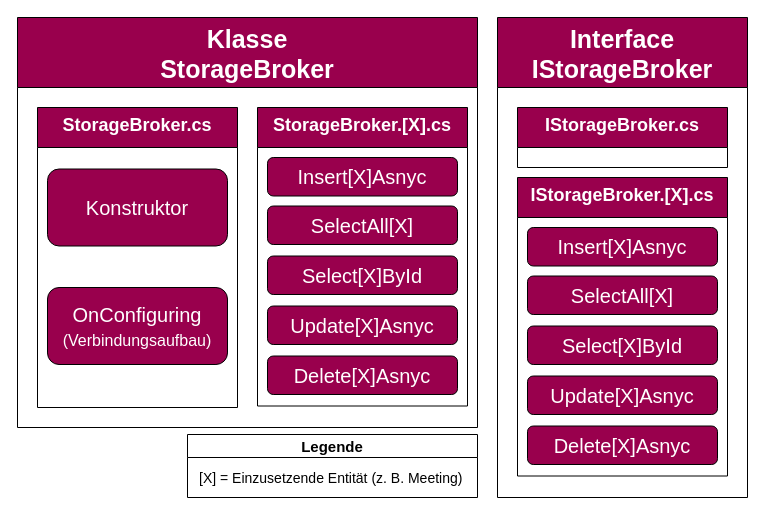
Earlier version of the draw.io diagram page "StorageBrokerAufbau" (10 of 11) of Parlivote.Shared/Documentation/Untitled Diagram.drawio (schnickalodeon/Parlivote). Source tidied: cells renumbered, new cells numbered last; positions are measured from the earlier drawing's top-left corner, leaving out a move shared by most shapes. Both pictures are drawn from the tidied source at 100%, with x=0, y=0 at pixel (17, 17).
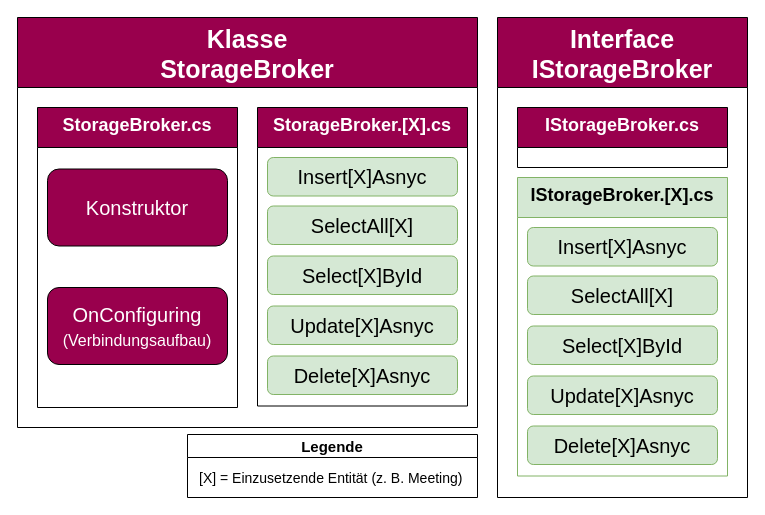
After the change.

The change refers to these unchanged cells:
```xml
<mxCell id="6" value="StorageBroker.[X].cs" style="swimlane;fontSize=18;fontColor=#FFFFFF;strokeColor=#000000;strokeWidth=1;fillColor=#99004D;startSize=40;verticalAlign=top;" parent="2" vertex="1">
  <mxGeometry x="240" y="90" width="210" height="298.5" as="geometry" />
</mxCell>
<mxCell id="12" value="Interface &#10;IStorageBroker" style="swimlane;fontSize=25;fontColor=#FFFFFF;strokeColor=#000000;strokeWidth=1;fillColor=#99004D;startSize=70;verticalAlign=top;" parent="1" vertex="1">
  <mxGeometry x="480" width="250" height="480" as="geometry" />
</mxCell>
```

Diff of the diagram source:
```diff
@@
-    <mxCell id="7" value="Insert[X]Asnyc" style="rounded=1;whiteSpace=wrap;html=1;fontSize=20;fontColor=#FFFFFF;strokeColor=#000000;strokeWidth=1;fillColor=#99004D;" parent="6" vertex="1">
+    <mxCell id="7" value="Insert[X]Asnyc" style="rounded=1;whiteSpace=wrap;html=1;fontSize=20;strokeColor=#82b366;strokeWidth=1;fillColor=#d5e8d4;" parent="6" vertex="1">
       <mxGeometry x="10" y="50" width="190" height="38.5" as="geometry" />
     </mxCell>
-    <mxCell id="8" value="SelectAll[X]" style="rounded=1;whiteSpace=wrap;html=1;fontSize=20;fontColor=#FFFFFF;strokeColor=#000000;strokeWidth=1;fillColor=#99004D;" parent="6" vertex="1">
+    <mxCell id="8" value="SelectAll[X]" style="rounded=1;whiteSpace=wrap;html=1;fontSize=20;strokeColor=#82b366;strokeWidth=1;fillColor=#d5e8d4;" parent="6" vertex="1">
       <mxGeometry x="10" y="98.5" width="190" height="38.5" as="geometry" />
     </mxCell>
-    <mxCell id="9" value="Select[X]ById" style="rounded=1;whiteSpace=wrap;html=1;fontSize=20;fontColor=#FFFFFF;strokeColor=#000000;strokeWidth=1;fillColor=#99004D;" parent="6" vertex="1">
+    <mxCell id="9" value="Select[X]ById" style="rounded=1;whiteSpace=wrap;html=1;fontSize=20;strokeColor=#82b366;strokeWidth=1;fillColor=#d5e8d4;" parent="6" vertex="1">
       <mxGeometry x="10" y="148.5" width="190" height="38.5" as="geometry" />
     </mxCell>
-    <mxCell id="10" value="Update[X]Asnyc" style="rounded=1;whiteSpace=wrap;html=1;fontSize=20;fontColor=#FFFFFF;strokeColor=#000000;strokeWidth=1;fillColor=#99004D;" parent="6" vertex="1">
+    <mxCell id="10" value="Update[X]Asnyc" style="rounded=1;whiteSpace=wrap;html=1;fontSize=20;strokeColor=#82b366;strokeWidth=1;fillColor=#d5e8d4;" parent="6" vertex="1">
       <mxGeometry x="10" y="198.5" width="190" height="38.5" as="geometry" />
     </mxCell>
-    <mxCell id="11" value="Delete[X]Asnyc" style="rounded=1;whiteSpace=wrap;html=1;fontSize=20;fontColor=#FFFFFF;strokeColor=#000000;strokeWidth=1;fillColor=#99004D;" parent="6" vertex="1">
+    <mxCell id="11" value="Delete[X]Asnyc" style="rounded=1;whiteSpace=wrap;html=1;fontSize=20;strokeColor=#82b366;strokeWidth=1;fillColor=#d5e8d4;" parent="6" vertex="1">
       <mxGeometry x="10" y="248.5" width="190" height="38.5" as="geometry" />
     </mxCell>
@@
-    <mxCell id="14" value="IStorageBroker.[X].cs" style="swimlane;fontSize=18;fontColor=#FFFFFF;strokeColor=#000000;strokeWidth=1;fillColor=#99004D;startSize=40;verticalAlign=top;" parent="12" vertex="1">
+    <mxCell id="14" value="IStorageBroker.[X].cs" style="swimlane;fontSize=18;strokeColor=#82b366;strokeWidth=1;fillColor=#d5e8d4;startSize=40;verticalAlign=top;" parent="12" vertex="1">
       <mxGeometry x="20" y="160" width="210" height="298.5" as="geometry" />
     </mxCell>
-    <mxCell id="15" value="Insert[X]Asnyc" style="rounded=1;whiteSpace=wrap;html=1;fontSize=20;fontColor=#FFFFFF;strokeColor=#000000;strokeWidth=1;fillColor=#99004D;" parent="14" vertex="1">
+    <mxCell id="15" value="Insert[X]Asnyc" style="rounded=1;whiteSpace=wrap;html=1;fontSize=20;strokeColor=#82b366;strokeWidth=1;fillColor=#d5e8d4;" parent="14" vertex="1">
       <mxGeometry x="10" y="50" width="190" height="38.5" as="geometry" />
     </mxCell>
-    <mxCell id="16" value="SelectAll[X]" style="rounded=1;whiteSpace=wrap;html=1;fontSize=20;fontColor=#FFFFFF;strokeColor=#000000;strokeWidth=1;fillColor=#99004D;" parent="14" vertex="1">
+    <mxCell id="16" value="SelectAll[X]" style="rounded=1;whiteSpace=wrap;html=1;fontSize=20;strokeColor=#82b366;strokeWidth=1;fillColor=#d5e8d4;" parent="14" vertex="1">
       <mxGeometry x="10" y="98.5" width="190" height="38.5" as="geometry" />
     </mxCell>
-    <mxCell id="17" value="Select[X]ById" style="rounded=1;whiteSpace=wrap;html=1;fontSize=20;fontColor=#FFFFFF;strokeColor=#000000;strokeWidth=1;fillColor=#99004D;" parent="14" vertex="1">
+    <mxCell id="17" value="Select[X]ById" style="rounded=1;whiteSpace=wrap;html=1;fontSize=20;strokeColor=#82b366;strokeWidth=1;fillColor=#d5e8d4;" parent="14" vertex="1">
       <mxGeometry x="10" y="148.5" width="190" height="38.5" as="geometry" />
     </mxCell>
-    <mxCell id="18" value="Update[X]Asnyc" style="rounded=1;whiteSpace=wrap;html=1;fontSize=20;fontColor=#FFFFFF;strokeColor=#000000;strokeWidth=1;fillColor=#99004D;" parent="14" vertex="1">
+    <mxCell id="18" value="Update[X]Asnyc" style="rounded=1;whiteSpace=wrap;html=1;fontSize=20;strokeColor=#82b366;strokeWidth=1;fillColor=#d5e8d4;" parent="14" vertex="1">
       <mxGeometry x="10" y="198.5" width="190" height="38.5" as="geometry" />
     </mxCell>
-    <mxCell id="19" value="Delete[X]Asnyc" style="rounded=1;whiteSpace=wrap;html=1;fontSize=20;fontColor=#FFFFFF;strokeColor=#000000;strokeWidth=1;fillColor=#99004D;" parent="14" vertex="1">
+    <mxCell id="19" value="Delete[X]Asnyc" style="rounded=1;whiteSpace=wrap;html=1;fontSize=20;strokeColor=#82b366;strokeWidth=1;fillColor=#d5e8d4;" parent="14" vertex="1">
       <mxGeometry x="10" y="248.5" width="190" height="38.5" as="geometry" />
     </mxCell>
```
